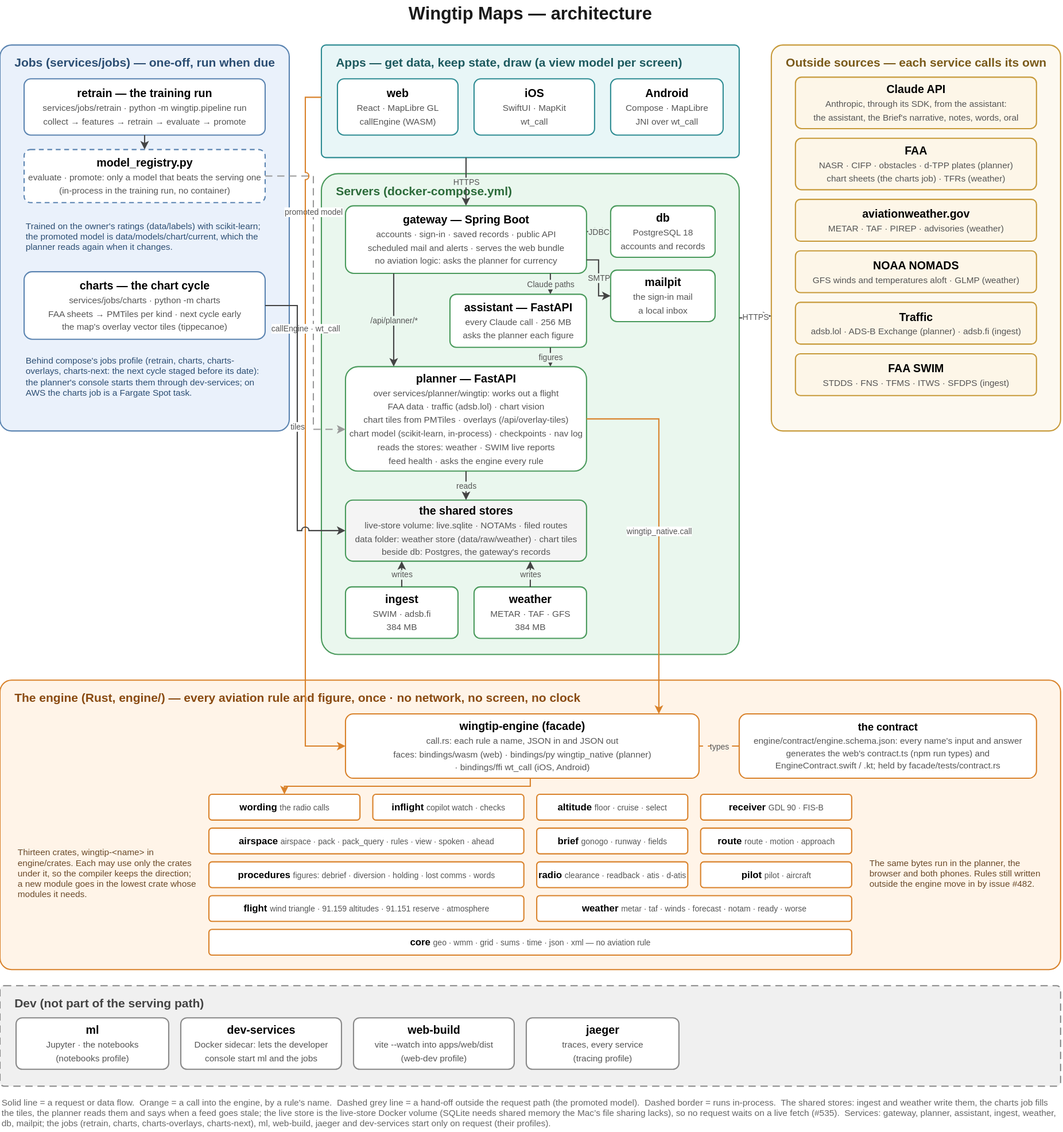
Above: docs/architecture-current.svg in asdaq-samir/wingtip (draw.io), before the change. Source tidied: cells renumbered, new cells last; positions are measured from the earlier drawing's top-left corner, leaving out a move shared by most shapes.
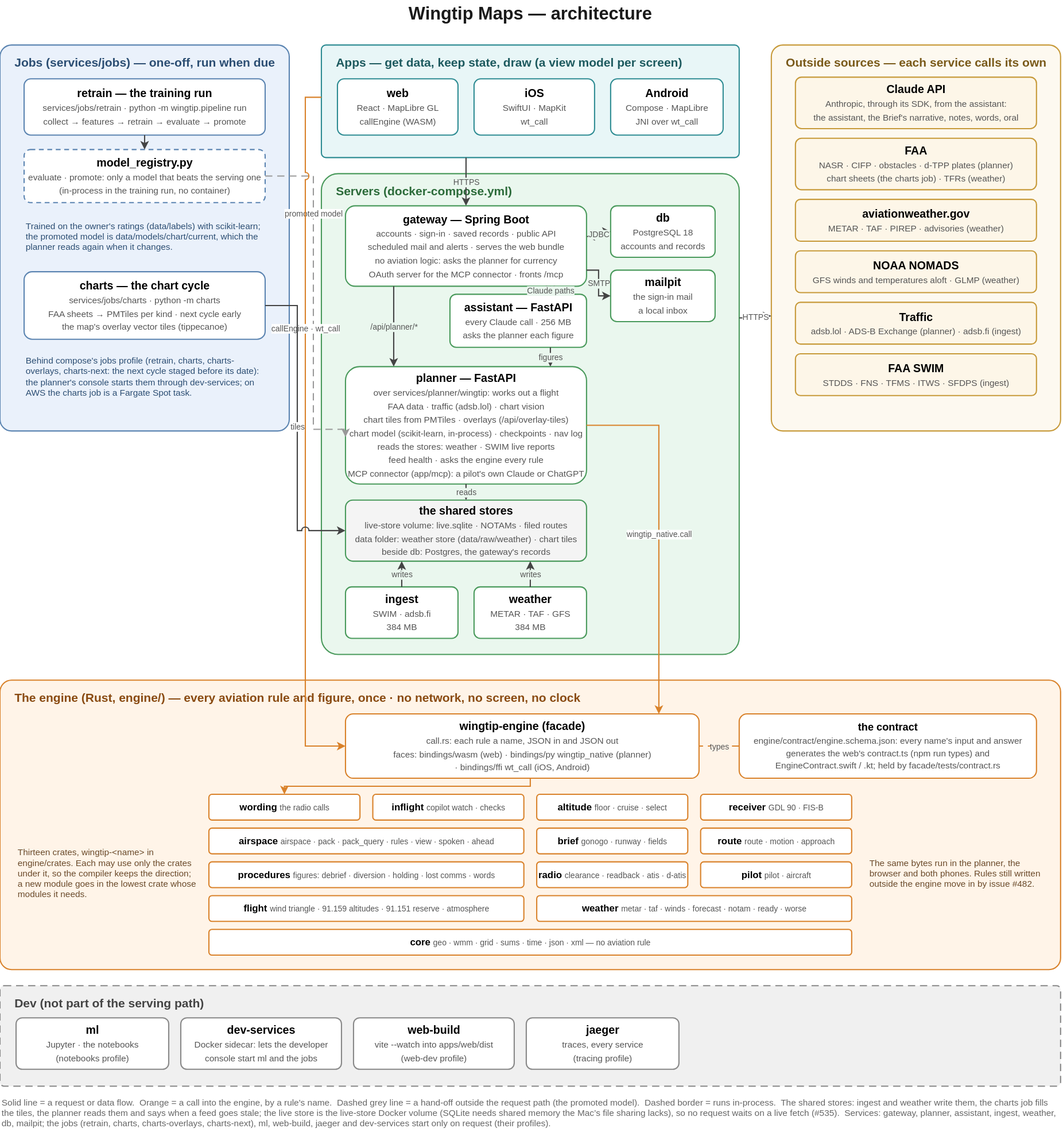
Later version of the same file.

What changed in the source:
```diff
@@ -47,8 +47,8 @@
     <mxCell id="16" value="&lt;b&gt;Android&lt;/b&gt;&lt;br&gt;&lt;span style=&quot;font-size:11px;color:#555555;&quot;&gt;Compose · MapLibre&lt;/span&gt;&lt;br&gt;&lt;span style=&quot;font-size:11px;color:#555555;&quot;&gt;JNI over wt_call&lt;/span&gt;" style="rounded=1;arcSize=12;whiteSpace=wrap;html=1;fillColor=#FFFFFF;strokeColor=#2E8C93;strokeWidth=1.5;fontSize=14;" parent="1" vertex="1">
       <mxGeometry x="760" y="98" width="140" height="70" as="geometry" />
     </mxCell>
-    <mxCell id="17" value="&lt;b&gt;gateway — Spring Boot&lt;/b&gt;&lt;br&gt;&lt;span style=&quot;font-size:11px;color:#555555;&quot;&gt;accounts · sign-in · saved records · public API&lt;/span&gt;&lt;br&gt;&lt;span style=&quot;font-size:11px;color:#555555;&quot;&gt;scheduled mail and alerts · serves the web bundle&lt;/span&gt;&lt;br&gt;&lt;span style=&quot;font-size:11px;color:#555555;&quot;&gt;no aviation logic: asks the planner for currency&lt;/span&gt;" style="rounded=1;arcSize=12;whiteSpace=wrap;html=1;fillColor=#FFFFFF;strokeColor=#4A9A5C;strokeWidth=1.5;fontSize=14;" parent="1" vertex="1">
-      <mxGeometry x="430" y="256" width="300" height="84" as="geometry" />
+    <mxCell id="17" value="&lt;b&gt;gateway — Spring Boot&lt;/b&gt;&lt;br&gt;&lt;span style=&quot;font-size:11px;color:#555555;&quot;&gt;accounts · sign-in · saved records · public API&lt;/span&gt;&lt;br&gt;&lt;span style=&quot;font-size:11px;color:#555555;&quot;&gt;scheduled mail and alerts · serves the web bundle&lt;/span&gt;&lt;br&gt;&lt;span style=&quot;font-size:11px;color:#555555;&quot;&gt;no aviation logic: asks the planner for currency&lt;/span&gt;&lt;br&gt;&lt;span style=&quot;font-size:11px;color:#555555;&quot;&gt;OAuth server for the MCP connector · fronts /mcp&lt;/span&gt;" style="rounded=1;arcSize=12;whiteSpace=wrap;html=1;fillColor=#FFFFFF;strokeColor=#4A9A5C;strokeWidth=1.5;fontSize=14;" parent="1" vertex="1">
+      <mxGeometry x="430" y="256" width="300" height="100" as="geometry" />
     </mxCell>
     <mxCell id="18" value="&lt;b&gt;db&lt;/b&gt;&lt;br&gt;&lt;span style=&quot;font-size:11px;color:#555555;&quot;&gt;PostgreSQL 18&lt;/span&gt;&lt;br&gt;&lt;span style=&quot;font-size:11px;color:#555555;&quot;&gt;accounts and records&lt;/span&gt;" style="rounded=1;arcSize=12;whiteSpace=wrap;html=1;fillColor=#FFFFFF;strokeColor=#4A9A5C;strokeWidth=1.5;fontSize=14;" parent="1" vertex="1">
       <mxGeometry x="760" y="256" width="130" height="64" as="geometry" />
@@ -56,8 +56,8 @@
     <mxCell id="19" value="&lt;b&gt;mailpit&lt;/b&gt;&lt;br&gt;&lt;span style=&quot;font-size:11px;color:#555555;&quot;&gt;the sign-in mail&lt;/span&gt;&lt;br&gt;&lt;span style=&quot;font-size:11px;color:#555555;&quot;&gt;a local inbox&lt;/span&gt;" style="rounded=1;arcSize=12;whiteSpace=wrap;html=1;fillColor=#FFFFFF;strokeColor=#4A9A5C;strokeWidth=1.5;fontSize=14;" parent="1" vertex="1">
       <mxGeometry x="760" y="336" width="130" height="64" as="geometry" />
     </mxCell>
-    <mxCell id="20" value="&lt;b&gt;planner — FastAPI&lt;/b&gt;&lt;br&gt;&lt;span style=&quot;font-size:11px;color:#555555;&quot;&gt;over services/planner/wingtip: works out a flight&lt;/span&gt;&lt;br&gt;&lt;span style=&quot;font-size:11px;color:#555555;&quot;&gt;FAA data · traffic (adsb.lol) · chart vision&lt;/span&gt;&lt;br&gt;&lt;span style=&quot;font-size:11px;color:#555555;&quot;&gt;chart tiles from PMTiles · overlays (/api/overlay-tiles)&lt;/span&gt;&lt;br&gt;&lt;span style=&quot;font-size:11px;color:#555555;&quot;&gt;chart model (scikit-learn, in-process) · checkpoints · nav log&lt;/span&gt;&lt;br&gt;&lt;span style=&quot;font-size:11px;color:#555555;&quot;&gt;reads the stores: weather · SWIM live reports&lt;/span&gt;&lt;br&gt;&lt;span style=&quot;font-size:11px;color:#555555;&quot;&gt;feed health · asks the engine every rule&lt;/span&gt;" style="rounded=1;arcSize=12;whiteSpace=wrap;html=1;fillColor=#FFFFFF;strokeColor=#4A9A5C;strokeWidth=1.5;fontSize=14;" parent="1" vertex="1">
-      <mxGeometry x="430" y="456" width="300" height="130" as="geometry" />
+    <mxCell id="20" value="&lt;b&gt;planner — FastAPI&lt;/b&gt;&lt;br&gt;&lt;span style=&quot;font-size:11px;color:#555555;&quot;&gt;over services/planner/wingtip: works out a flight&lt;/span&gt;&lt;br&gt;&lt;span style=&quot;font-size:11px;color:#555555;&quot;&gt;FAA data · traffic (adsb.lol) · chart vision&lt;/span&gt;&lt;br&gt;&lt;span style=&quot;font-size:11px;color:#555555;&quot;&gt;chart tiles from PMTiles · overlays (/api/overlay-tiles)&lt;/span&gt;&lt;br&gt;&lt;span style=&quot;font-size:11px;color:#555555;&quot;&gt;chart model (scikit-learn, in-process) · checkpoints · nav log&lt;/span&gt;&lt;br&gt;&lt;span style=&quot;font-size:11px;color:#555555;&quot;&gt;reads the stores: weather · SWIM live reports&lt;/span&gt;&lt;br&gt;&lt;span style=&quot;font-size:11px;color:#555555;&quot;&gt;feed health · asks the engine every rule&lt;/span&gt;&lt;br&gt;&lt;span style=&quot;font-size:11px;color:#555555;&quot;&gt;MCP connector (app/mcp): a pilot's own Claude or ChatGPT&lt;/span&gt;" style="rounded=1;arcSize=12;whiteSpace=wrap;html=1;fillColor=#FFFFFF;strokeColor=#4A9A5C;strokeWidth=1.5;fontSize=14;" parent="1" vertex="1">
+      <mxGeometry x="430" y="456" width="300" height="146" as="geometry" />
     </mxCell>
     <mxCell id="21" value="&lt;b&gt;assistant — FastAPI&lt;/b&gt;&lt;br&gt;&lt;span style=&quot;font-size:11px;color:#555555;&quot;&gt;every Claude call · 256 MB&lt;/span&gt;&lt;br&gt;&lt;span style=&quot;font-size:11px;color:#555555;&quot;&gt;asks the planner each figure&lt;/span&gt;" style="rounded=1;arcSize=12;whiteSpace=wrap;html=1;fillColor=#FFFFFF;strokeColor=#4A9A5C;strokeWidth=1.5;fontSize=14;" parent="1" vertex="1">
       <mxGeometry x="560" y="366" width="170" height="66" as="geometry" />
```
